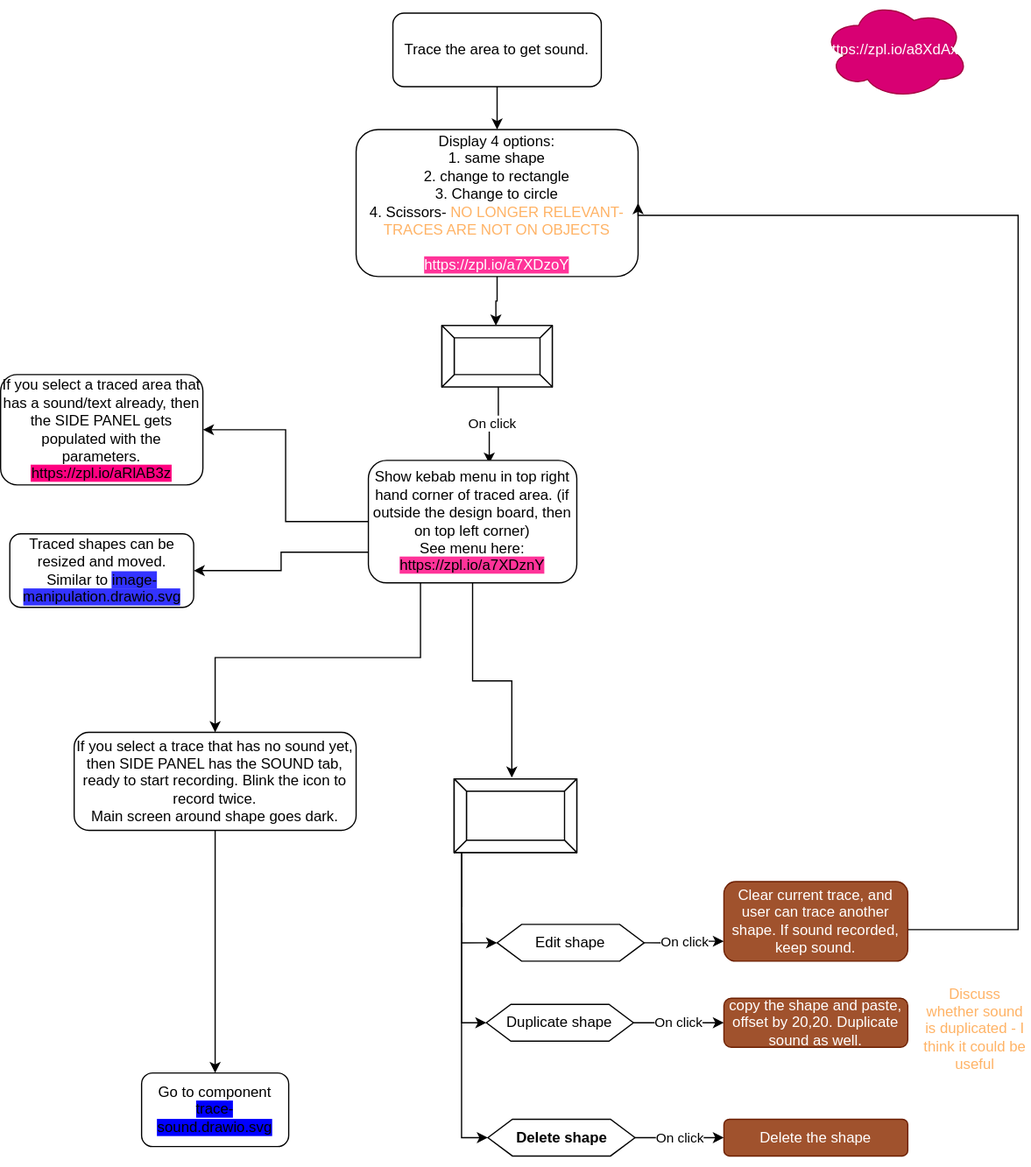
The draw.io diagram modules/components/trace.drawio.svg in ji-devs/ji-cloud-flowcharts, before a commit. Source tidied: cells renumbered, new cells last; positions are measured from the earlier drawing's top-left corner, leaving out a move shared by most shapes.
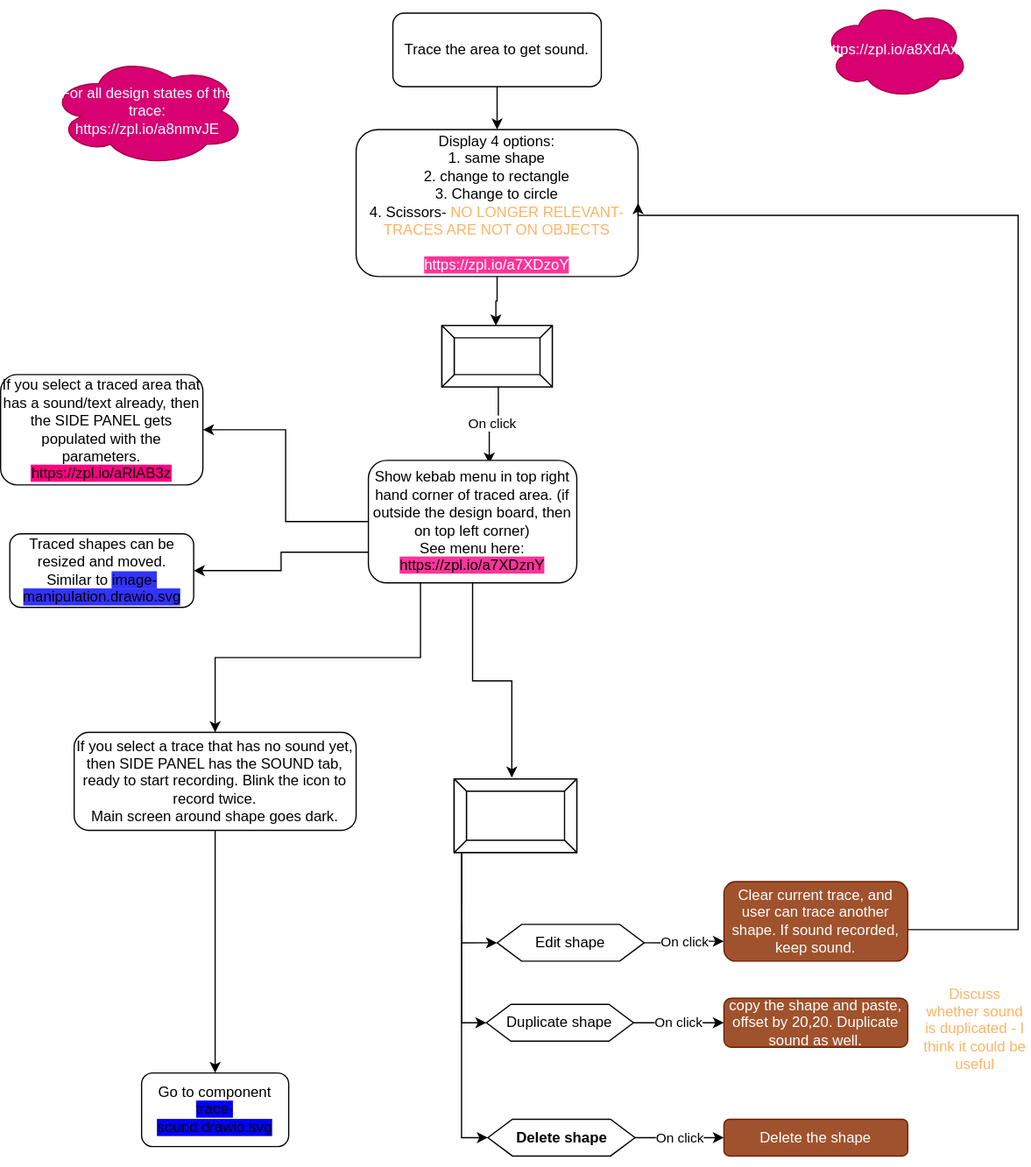
After the commit.

Diff of the diagram source:
```diff
@@ -125,5 +125,8 @@
     <mxCell id="36" value="Discuss whether sound is duplicated - I think it could be useful" style="text;html=1;strokeColor=none;fillColor=none;align=center;verticalAlign=middle;whiteSpace=wrap;rounded=0;fontColor=#FFB366;" parent="1" vertex="1">
       <mxGeometry x="750" y="829" width="90" height="20" as="geometry" />
     </mxCell>
+    <mxCell id="37" value="For all design states of the trace:&lt;br&gt;https://zpl.io/a8nmvJE" style="ellipse;shape=cloud;whiteSpace=wrap;html=1;fillColor=#d80073;strokeColor=#A50040;fontColor=#ffffff;" parent="1" vertex="1">
+      <mxGeometry x="40" y="45" width="160" height="90" as="geometry" />
+    </mxCell>
   </root>
 </mxGraphModel>
```
